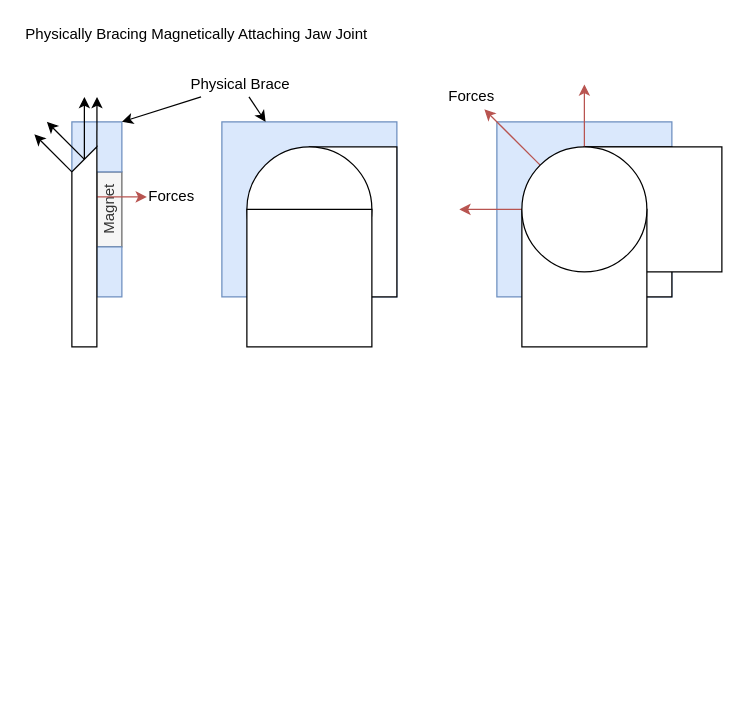
Cyberspecies/Synth-Head keeps this draw.io diagram as page "Hardware Fixes" (3 of 3) of Documents/Recondensed.drawio. Above is the earlier version. Source tidied: cells renumbered, new cells numbered last; positions are measured from the earlier drawing's top-left corner, leaving out a move shared by most shapes. Both pictures are drawn from the tidied source at 125%, with x=0, y=0 at pixel (21, 21).
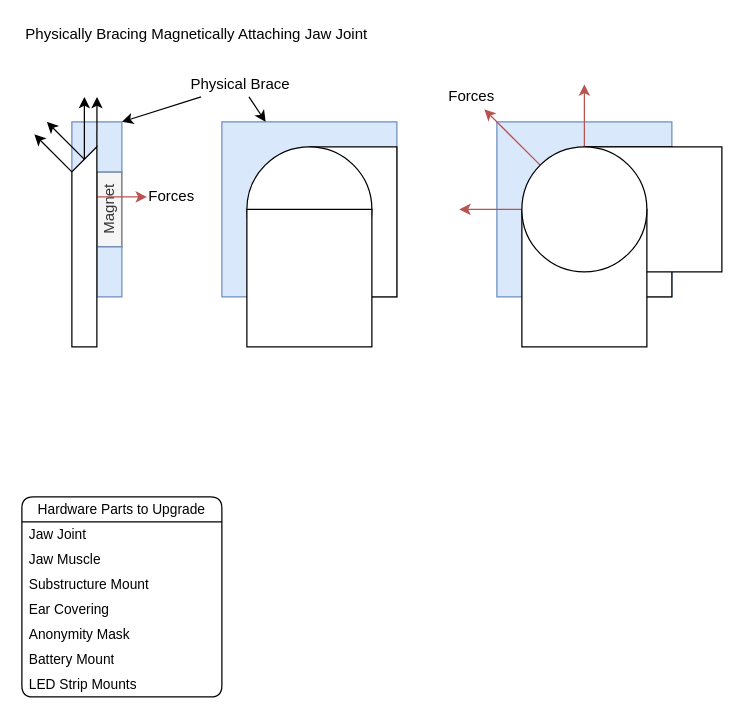
Above is the later version.

Commit message:
Added List of Hardware Parts to Upgrade

Change to the diagram source:
```diff
@@
+    <mxCell id="29" value="Hardware Parts to Upgrade" style="swimlane;fontStyle=0;horizontal=1;startSize=20;whiteSpace=wrap;html=1;rounded=1;fontFamily=Helvetica;fontSize=11;fontColor=default;labelBackgroundColor=default;" parent="1" vertex="1">
+      <mxGeometry y="380" width="160" height="160" as="geometry" />
+    </mxCell>
+    <mxCell id="30" value="Jaw Joint" style="text;strokeColor=none;fillColor=none;align=left;verticalAlign=middle;spacingLeft=4;spacingRight=4;overflow=hidden;whiteSpace=wrap;html=1;fontFamily=Helvetica;fontSize=11;fontColor=default;labelBackgroundColor=default;" parent="29" vertex="1">
+      <mxGeometry y="20" width="160" height="20" as="geometry" />
+    </mxCell>
+    <mxCell id="31" value="Jaw Muscle" style="text;strokeColor=none;fillColor=none;align=left;verticalAlign=middle;spacingLeft=4;spacingRight=4;overflow=hidden;whiteSpace=wrap;html=1;fontFamily=Helvetica;fontSize=11;fontColor=default;labelBackgroundColor=default;" parent="29" vertex="1">
+      <mxGeometry y="40" width="160" height="20" as="geometry" />
+    </mxCell>
+    <mxCell id="32" value="Substructure Mount" style="text;strokeColor=none;fillColor=none;align=left;verticalAlign=middle;spacingLeft=4;spacingRight=4;overflow=hidden;whiteSpace=wrap;html=1;fontFamily=Helvetica;fontSize=11;fontColor=default;labelBackgroundColor=default;" parent="29" vertex="1">
+      <mxGeometry y="60" width="160" height="20" as="geometry" />
+    </mxCell>
+    <mxCell id="33" value="Ear Covering" style="text;strokeColor=none;fillColor=none;align=left;verticalAlign=middle;spacingLeft=4;spacingRight=4;overflow=hidden;whiteSpace=wrap;html=1;fontFamily=Helvetica;fontSize=11;fontColor=default;labelBackgroundColor=default;" parent="29" vertex="1">
+      <mxGeometry y="80" width="160" height="20" as="geometry" />
+    </mxCell>
+    <mxCell id="34" value="Anonymity Mask" style="text;strokeColor=none;fillColor=none;align=left;verticalAlign=middle;spacingLeft=4;spacingRight=4;overflow=hidden;whiteSpace=wrap;html=1;fontFamily=Helvetica;fontSize=11;fontColor=default;labelBackgroundColor=default;" parent="29" vertex="1">
+      <mxGeometry y="100" width="160" height="20" as="geometry" />
+    </mxCell>
+    <mxCell id="35" value="Battery Mount" style="text;strokeColor=none;fillColor=none;align=left;verticalAlign=middle;spacingLeft=4;spacingRight=4;overflow=hidden;whiteSpace=wrap;html=1;fontFamily=Helvetica;fontSize=11;fontColor=default;labelBackgroundColor=default;" parent="29" vertex="1">
+      <mxGeometry y="120" width="160" height="20" as="geometry" />
+    </mxCell>
+    <mxCell id="36" value="LED Strip Mounts" style="text;strokeColor=none;fillColor=none;align=left;verticalAlign=middle;spacingLeft=4;spacingRight=4;overflow=hidden;whiteSpace=wrap;html=1;fontFamily=Helvetica;fontSize=11;fontColor=default;labelBackgroundColor=default;" parent="29" vertex="1">
+      <mxGeometry y="140" width="160" height="20" as="geometry" />
+    </mxCell>
```
